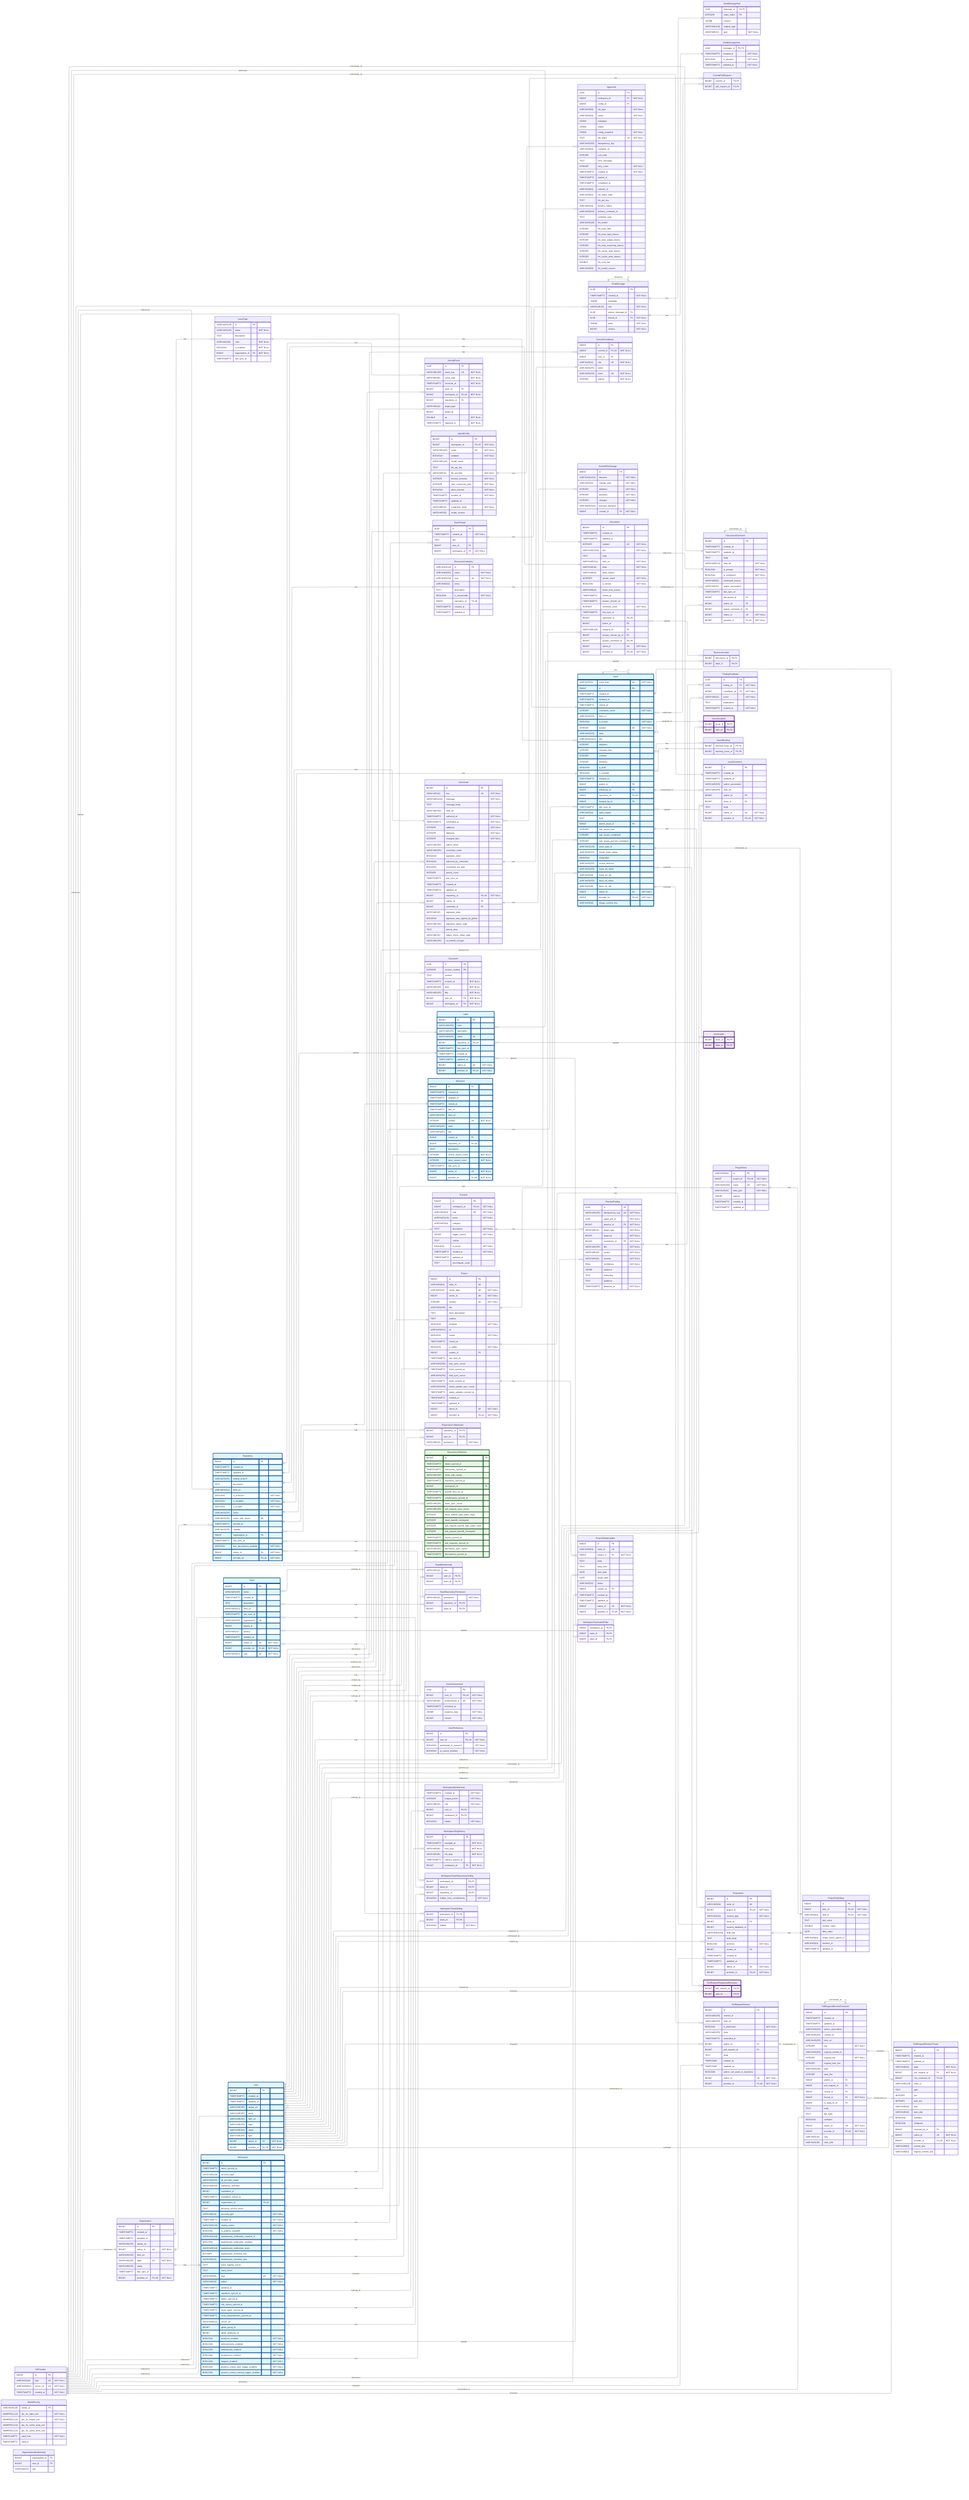
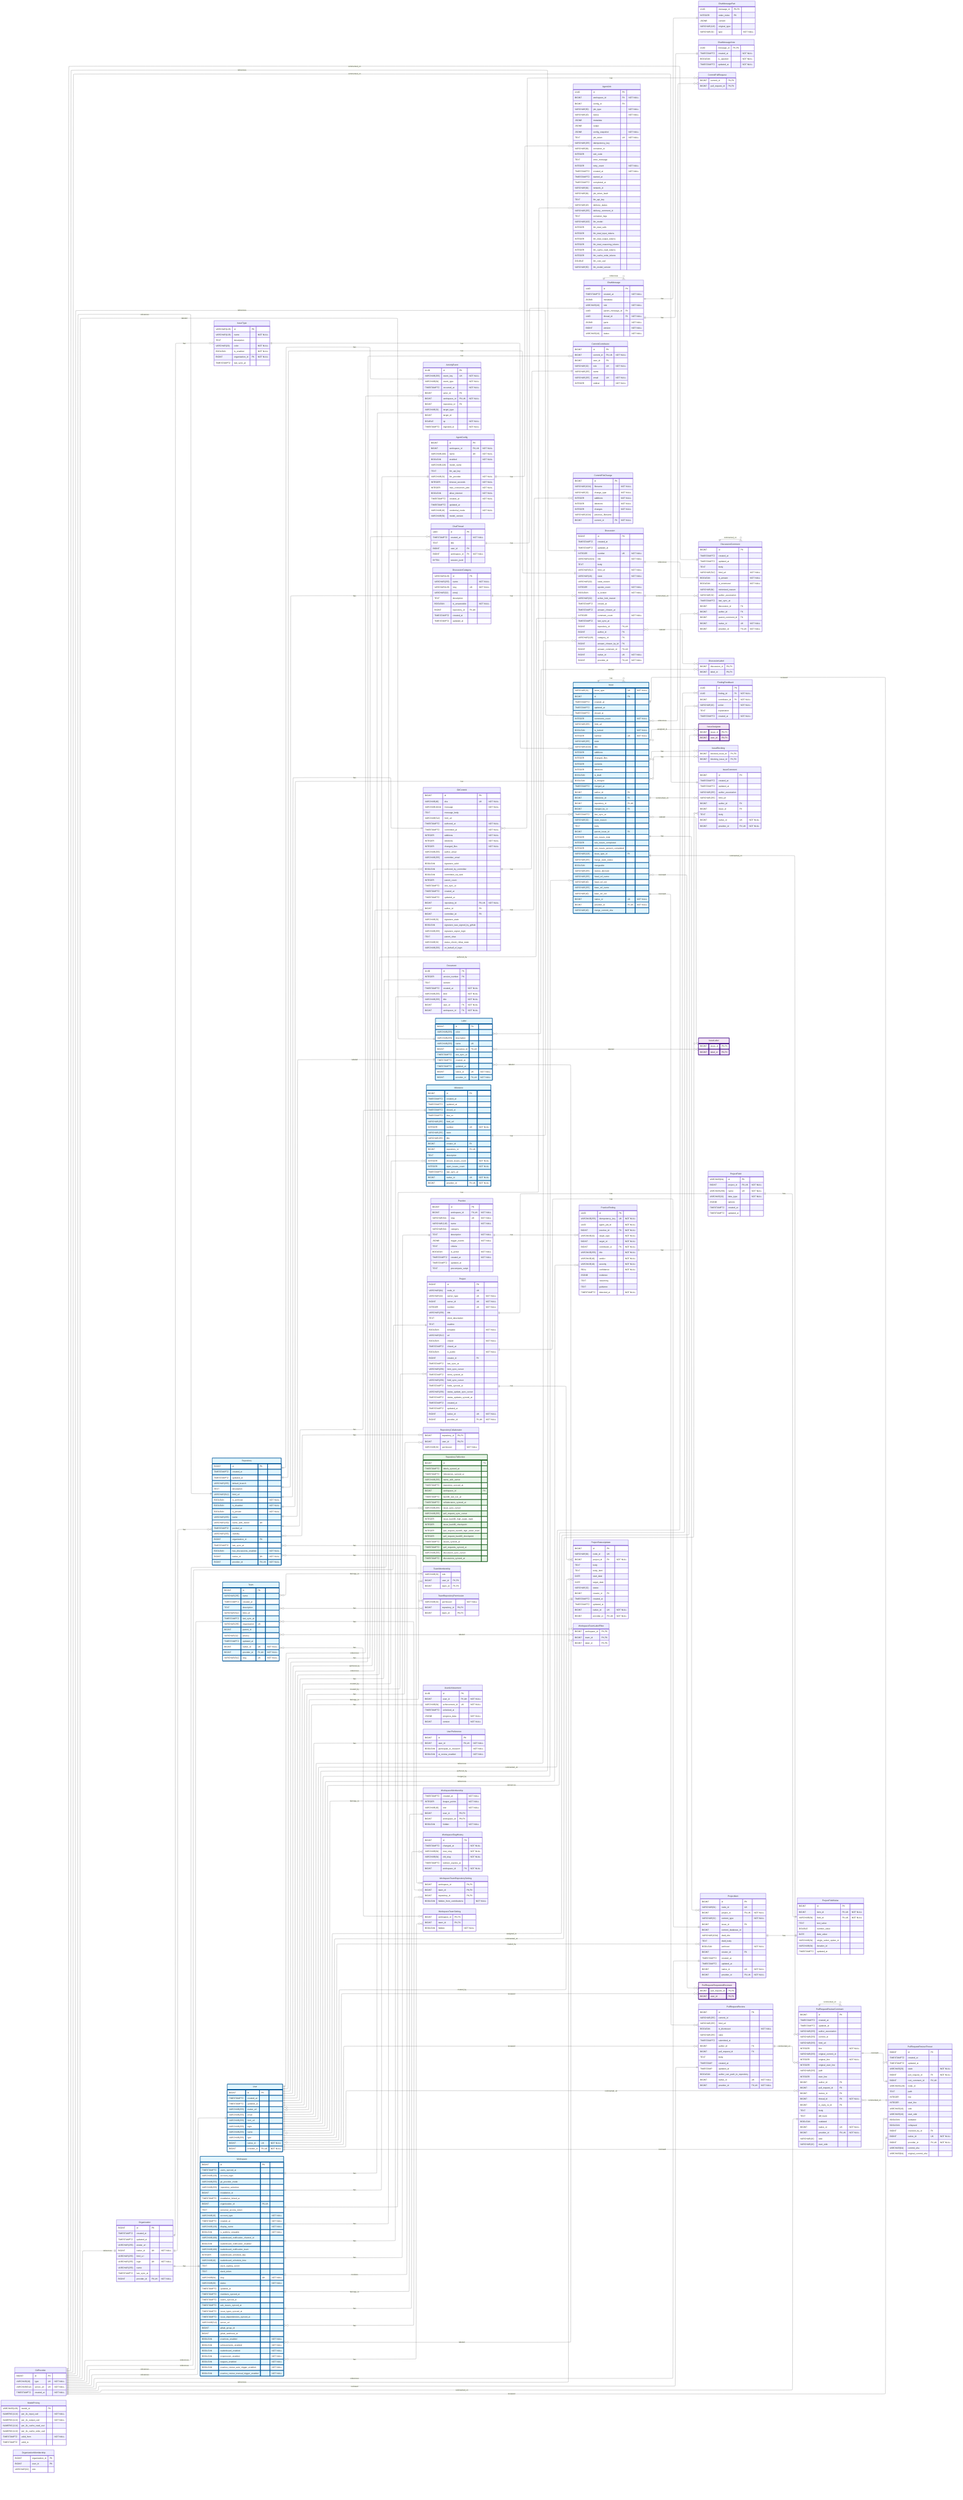
---
config:
    layout: elk
---
erDiagram
    %% Generated automatically from PostgreSQL database schema
    %% using scripts/generate-mermaid-erd.ts
    %% To regenerate: npm run db:generate-erd-docs

    direction LR

    ActivityEvent {
        UUID id PK
        VARCHAR(255) event_key UK "NOT NULL"
        VARCHAR(64) event_type "NOT NULL"
        TIMESTAMPTZ occurred_at "NOT NULL"
        BIGINT actor_id FK
        BIGINT workspace_id FK,UK "NOT NULL"
        BIGINT repository_id FK
        VARCHAR(32) target_type
        BIGINT target_id
        DOUBLE xp "NOT NULL"
        TIMESTAMPTZ ingested_at "NOT NULL"
    }

    AgentConfig {
        BIGINT id PK
        BIGINT workspace_id FK,UK "NOT NULL"
        VARCHAR(100) name UK "NOT NULL"
        BOOLEAN enabled "NOT NULL"
        VARCHAR(128) model_name
        TEXT llm_api_key
        VARCHAR(32) llm_provider "NOT NULL"
        INTEGER timeout_seconds "NOT NULL"
        INTEGER max_concurrent_jobs "NOT NULL"
        BOOLEAN allow_internet "NOT NULL"
        TIMESTAMPTZ created_at "NOT NULL"
        TIMESTAMPTZ updated_at
        VARCHAR(16) credential_mode "NOT NULL"
        VARCHAR(50) model_version
    }

    AgentJob {
        UUID id PK
        BIGINT workspace_id FK "NOT NULL"
        BIGINT config_id FK
        VARCHAR(50) job_type "NOT NULL"
        VARCHAR(20) status "NOT NULL"
        JSONB metadata
        JSONB output
        JSONB config_snapshot "NOT NULL"
        TEXT job_token UK "NOT NULL"
        VARCHAR(255) idempotency_key
        VARCHAR(64) container_id
        INTEGER exit_code
        TEXT error_message
        INTEGER retry_count "NOT NULL"
        TIMESTAMPTZ created_at "NOT NULL"
        TIMESTAMPTZ started_at
        TIMESTAMPTZ completed_at
        VARCHAR(64) network_id
        VARCHAR(64) job_token_hash
        TEXT llm_api_key
        VARCHAR(20) delivery_status
        VARCHAR(255) delivery_comment_id
        TEXT container_logs
        VARCHAR(100) llm_model
        INTEGER llm_total_calls
        INTEGER llm_total_input_tokens
        INTEGER llm_total_output_tokens
        INTEGER llm_total_reasoning_tokens
        INTEGER llm_cache_read_tokens
        INTEGER llm_cache_write_tokens
        DOUBLE llm_cost_usd
        VARCHAR(50) llm_model_version
    }

    ChatMessage {
        UUID id PK
        TIMESTAMPTZ created_at "NOT NULL"
        JSONB metadata
        VARCHAR(16) role "NOT NULL"
        UUID parent_message_id FK
        UUID thread_id FK "NOT NULL"
        JSONB parts "NOT NULL"
        BIGINT version "NOT NULL"
+         VARCHAR(16) status "NOT NULL"
    }

    ChatMessagePart {
        UUID message_id PK,FK
        INTEGER order_index PK
        JSONB content
        VARCHAR(128) original_type
        VARCHAR(32) type "NOT NULL"
    }

    ChatMessageVote {
        UUID message_id PK,FK
        TIMESTAMPTZ created_at "NOT NULL"
        BOOLEAN is_upvoted "NOT NULL"
        TIMESTAMPTZ updated_at "NOT NULL"
    }

    ChatThread {
        UUID id PK
        TIMESTAMPTZ created_at "NOT NULL"
        TEXT title
        BIGINT user_id FK
        BIGINT workspace_id FK "NOT NULL"
+         BYTEA session_jsonl
    }

    CommitContributor {
        BIGINT id PK
        BIGINT commit_id FK,UK "NOT NULL"
        BIGINT user_id FK
        VARCHAR(32) role UK "NOT NULL"
        VARCHAR(255) name
        VARCHAR(255) email UK "NOT NULL"
        INTEGER ordinal "NOT NULL"
    }

    CommitFileChange {
        BIGINT id PK
        VARCHAR(1024) filename "NOT NULL"
        VARCHAR(32) change_type "NOT NULL"
        INTEGER additions "NOT NULL"
        INTEGER deletions "NOT NULL"
        INTEGER changes "NOT NULL"
        VARCHAR(1024) previous_filename
        BIGINT commit_id FK "NOT NULL"
    }

    CommitPullRequest {
        BIGINT commit_id PK,FK
        BIGINT pull_request_id PK,FK
    }

    Discussion {
        BIGINT id PK
        TIMESTAMPTZ created_at
        TIMESTAMPTZ updated_at
        INTEGER number UK "NOT NULL"
        VARCHAR(1024) title "NOT NULL"
        TEXT body
        VARCHAR(512) html_url "NOT NULL"
        VARCHAR(16) state "NOT NULL"
        VARCHAR(32) state_reason
        INTEGER upvote_count "NOT NULL"
        BOOLEAN is_locked "NOT NULL"
        VARCHAR(32) active_lock_reason
        TIMESTAMPTZ closed_at
        TIMESTAMPTZ answer_chosen_at
        INTEGER comment_count "NOT NULL"
        TIMESTAMPTZ last_sync_at
        BIGINT repository_id FK,UK
        BIGINT author_id FK
        VARCHAR(128) category_id FK
        BIGINT answer_chosen_by_id FK
        BIGINT answer_comment_id FK,UK
        BIGINT native_id UK "NOT NULL"
        BIGINT provider_id FK,UK "NOT NULL"
    }

    DiscussionCategory {
        VARCHAR(128) id PK
        VARCHAR(255) name "NOT NULL"
        VARCHAR(128) slug UK "NOT NULL"
        VARCHAR(32) emoji
        TEXT description
        BOOLEAN is_answerable "NOT NULL"
        BIGINT repository_id FK,UK
        TIMESTAMPTZ created_at
        TIMESTAMPTZ updated_at
    }

    DiscussionComment {
        BIGINT id PK
        TIMESTAMPTZ created_at
        TIMESTAMPTZ updated_at
        TEXT body
        VARCHAR(512) html_url "NOT NULL"
        BOOLEAN is_answer "NOT NULL"
        BOOLEAN is_minimized "NOT NULL"
        VARCHAR(64) minimized_reason
        VARCHAR(32) author_association
        TIMESTAMPTZ last_sync_at
        BIGINT discussion_id FK
        BIGINT author_id FK
        BIGINT parent_comment_id FK
        BIGINT native_id UK "NOT NULL"
        BIGINT provider_id FK,UK "NOT NULL"
    }

    DiscussionLabel {
        BIGINT discussion_id PK,FK
        BIGINT label_id PK,FK
    }

    Document {
        UUID id PK
        INTEGER version_number PK
        TEXT content
        TIMESTAMPTZ created_at "NOT NULL"
        VARCHAR(255) kind "NOT NULL"
        VARCHAR(255) title "NOT NULL"
        BIGINT user_id FK "NOT NULL"
        BIGINT workspace_id FK "NOT NULL"
    }

    FindingFeedback {
        UUID id PK
        UUID finding_id FK "NOT NULL"
        BIGINT contributor_id FK "NOT NULL"
        VARCHAR(16) action "NOT NULL"
        TEXT explanation
        TIMESTAMPTZ created_at "NOT NULL"
    }

    GitCommit {
        BIGINT id PK
        VARCHAR(40) sha UK "NOT NULL"
        VARCHAR(1024) message "NOT NULL"
        TEXT message_body
        VARCHAR(512) html_url
        TIMESTAMPTZ authored_at "NOT NULL"
        TIMESTAMPTZ committed_at "NOT NULL"
        INTEGER additions "NOT NULL"
        INTEGER deletions "NOT NULL"
        INTEGER changed_files "NOT NULL"
        VARCHAR(255) author_email
        VARCHAR(255) committer_email
        BOOLEAN signature_valid
        BOOLEAN authored_by_committer
        BOOLEAN committed_via_web
        INTEGER parent_count
        TIMESTAMPTZ last_sync_at
        TIMESTAMPTZ created_at
        TIMESTAMPTZ updated_at
        BIGINT repository_id FK,UK "NOT NULL"
        BIGINT author_id FK
        BIGINT committer_id FK
        VARCHAR(32) signature_state
        BOOLEAN signature_was_signed_by_github
        VARCHAR(255) signature_signer_login
        TEXT parent_shas
        VARCHAR(32) status_check_rollup_state
        VARCHAR(255) on_behalf_of_login
    }

    GitProvider {
        BIGINT id PK
        VARCHAR(10) type UK "NOT NULL"
        VARCHAR(512) server_url UK "NOT NULL"
        TIMESTAMPTZ created_at "NOT NULL"
    }

    Issue {
        VARCHAR(31) issue_type UK "NOT NULL"
        BIGINT id PK
        TIMESTAMPTZ created_at
        TIMESTAMPTZ updated_at
        TIMESTAMPTZ closed_at
        INTEGER comments_count "NOT NULL"
        VARCHAR(255) html_url
        BOOLEAN is_locked "NOT NULL"
        INTEGER number UK "NOT NULL"
        VARCHAR(255) state
        VARCHAR(1024) title
        INTEGER additions
        INTEGER changed_files
        INTEGER commits
        INTEGER deletions
        BOOLEAN is_draft
        BOOLEAN is_merged
        TIMESTAMPTZ merged_at
        BIGINT author_id FK
        BIGINT milestone_id FK
        BIGINT repository_id FK,UK
        BIGINT merged_by_id FK
        TIMESTAMPTZ last_sync_at
        VARCHAR(32) state_reason
        TEXT body
        BIGINT parent_issue_id FK
        INTEGER sub_issues_total
        INTEGER sub_issues_completed
        INTEGER sub_issues_percent_completed
        VARCHAR(128) issue_type_id FK
        VARCHAR(255) merge_state_status
        BOOLEAN mergeable
        VARCHAR(255) review_decision
        VARCHAR(255) head_ref_name
        VARCHAR(40) head_ref_oid
        VARCHAR(255) base_ref_name
        VARCHAR(40) base_ref_oid
        BIGINT native_id UK "NOT NULL"
        BIGINT provider_id FK,UK "NOT NULL"
        VARCHAR(40) merge_commit_sha
    }

    IssueAssignee {
        BIGINT issue_id PK,FK
        BIGINT user_id PK,FK
    }

    IssueBlocking {
        BIGINT blocked_issue_id PK,FK
        BIGINT blocking_issue_id PK,FK
    }

    IssueComment {
        BIGINT id PK
        TIMESTAMPTZ created_at
        TIMESTAMPTZ updated_at
        VARCHAR(255) author_association
        VARCHAR(255) html_url
        BIGINT author_id FK
        BIGINT issue_id FK
        TEXT body
        BIGINT native_id UK "NOT NULL"
        BIGINT provider_id FK,UK "NOT NULL"
    }

    IssueLabel {
        BIGINT issue_id PK,FK
        BIGINT label_id PK,FK
    }

    IssueType {
        VARCHAR(128) id PK
        VARCHAR(128) name "NOT NULL"
        TEXT description
        VARCHAR(20) color "NOT NULL"
        BOOLEAN is_enabled "NOT NULL"
        BIGINT organization_id FK "NOT NULL"
        TIMESTAMPTZ last_sync_at
    }

    Label {
        BIGINT id PK
        VARCHAR(255) color
        VARCHAR(255) description
        VARCHAR(255) name UK
        BIGINT repository_id FK,UK
        TIMESTAMPTZ last_sync_at
        TIMESTAMPTZ created_at
        TIMESTAMPTZ updated_at
        BIGINT native_id UK "NOT NULL"
        BIGINT provider_id FK,UK "NOT NULL"
    }

    Milestone {
        BIGINT id PK
        TIMESTAMPTZ created_at
        TIMESTAMPTZ updated_at
        TIMESTAMPTZ closed_at
        TIMESTAMPTZ due_on
        VARCHAR(255) html_url
        INTEGER number UK "NOT NULL"
        VARCHAR(255) state
        VARCHAR(255) title
        BIGINT creator_id FK
        BIGINT repository_id FK,UK
        TEXT description
        INTEGER closed_issues_count "NOT NULL"
        INTEGER open_issues_count "NOT NULL"
        TIMESTAMPTZ last_sync_at
        BIGINT native_id UK "NOT NULL"
        BIGINT provider_id FK,UK "NOT NULL"
    }

    ModelPricing {
        VARCHAR(128) model_id PK
        NUMERIC(12,6) per_1k_input_usd "NOT NULL"
        NUMERIC(12,6) per_1k_output_usd "NOT NULL"
        NUMERIC(12,6) per_1k_cache_read_usd
        NUMERIC(12,6) per_1k_cache_write_usd
        TIMESTAMPTZ valid_from "NOT NULL"
        TIMESTAMPTZ valid_to
    }

    Organization {
        BIGINT id PK
        TIMESTAMPTZ created_at
        TIMESTAMPTZ updated_at
        VARCHAR(255) avatar_url
        BIGINT native_id UK "NOT NULL"
        VARCHAR(255) html_url
        VARCHAR(255) login UK "NOT NULL"
        VARCHAR(255) name
        TIMESTAMPTZ last_sync_at
        BIGINT provider_id FK,UK "NOT NULL"
    }

    OrganizationMembership {
        BIGINT organization_id PK
        BIGINT user_id PK
        VARCHAR(32) role
    }

    Practice {
        BIGINT id PK
        BIGINT workspace_id FK,UK "NOT NULL"
        VARCHAR(64) slug UK "NOT NULL"
        VARCHAR(128) name "NOT NULL"
        VARCHAR(64) category
        TEXT description "NOT NULL"
        JSONB trigger_events "NOT NULL"
        TEXT criteria
        BOOLEAN is_active "NOT NULL"
        TIMESTAMPTZ created_at "NOT NULL"
        TIMESTAMPTZ updated_at
        TEXT precompute_script
    }

    PracticeFinding {
        UUID id PK
        VARCHAR(255) idempotency_key UK "NOT NULL"
        UUID agent_job_id "NOT NULL"
        BIGINT practice_id FK "NOT NULL"
        VARCHAR(32) target_type "NOT NULL"
        BIGINT target_id "NOT NULL"
        BIGINT contributor_id FK "NOT NULL"
        VARCHAR(255) title "NOT NULL"
        VARCHAR(16) verdict "NOT NULL"
        VARCHAR(16) severity "NOT NULL"
        REAL confidence "NOT NULL"
        JSONB evidence
        TEXT reasoning
        TEXT guidance
        TIMESTAMPTZ detected_at "NOT NULL"
    }

    Project {
        BIGINT id PK
        VARCHAR(64) node_id UK
        VARCHAR(32) owner_type UK "NOT NULL"
        BIGINT owner_id UK "NOT NULL"
        INTEGER number UK "NOT NULL"
        VARCHAR(256) title
        TEXT short_description
        TEXT readme
        BOOLEAN template "NOT NULL"
        VARCHAR(512) url
        BOOLEAN closed "NOT NULL"
        TIMESTAMPTZ closed_at
        BOOLEAN is_public "NOT NULL"
        BIGINT creator_id FK
        TIMESTAMPTZ last_sync_at
        VARCHAR(256) item_sync_cursor
        TIMESTAMPTZ items_synced_at
        VARCHAR(256) field_sync_cursor
        TIMESTAMPTZ fields_synced_at
        VARCHAR(256) status_update_sync_cursor
        TIMESTAMPTZ status_updates_synced_at
        TIMESTAMPTZ created_at
        TIMESTAMPTZ updated_at
        BIGINT native_id UK "NOT NULL"
        BIGINT provider_id FK,UK "NOT NULL"
    }

    ProjectField {
        VARCHAR(64) id PK
        BIGINT project_id FK,UK "NOT NULL"
        VARCHAR(256) name UK "NOT NULL"
        VARCHAR(32) data_type "NOT NULL"
        JSONB options
        TIMESTAMPTZ created_at
        TIMESTAMPTZ updated_at
    }

    ProjectFieldValue {
        BIGINT id PK
        BIGINT item_id FK,UK "NOT NULL"
        VARCHAR(64) field_id FK,UK "NOT NULL"
        TEXT text_value
        DOUBLE number_value
        DATE date_value
        VARCHAR(64) single_select_option_id
        VARCHAR(64) iteration_id
        TIMESTAMPTZ updated_at
    }

    ProjectItem {
        BIGINT id PK
        VARCHAR(64) node_id UK
        BIGINT project_id FK,UK "NOT NULL"
        VARCHAR(32) content_type "NOT NULL"
        BIGINT issue_id FK
        BIGINT content_database_id
        VARCHAR(1024) draft_title
        TEXT draft_body
        BOOLEAN archived "NOT NULL"
        BIGINT creator_id FK
        TIMESTAMPTZ created_at
        TIMESTAMPTZ updated_at
        BIGINT native_id UK "NOT NULL"
        BIGINT provider_id FK,UK "NOT NULL"
    }

    ProjectStatusUpdate {
        BIGINT id PK
        VARCHAR(64) node_id UK
        BIGINT project_id FK "NOT NULL"
        TEXT body
        TEXT body_html
        DATE start_date
        DATE target_date
        VARCHAR(32) status
        BIGINT creator_id FK
        TIMESTAMPTZ created_at
        TIMESTAMPTZ updated_at
        BIGINT native_id UK "NOT NULL"
        BIGINT provider_id FK,UK "NOT NULL"
    }

    PullRequestRequestedReviewer {
        BIGINT pull_request_id PK,FK
        BIGINT user_id PK,FK
    }

    PullRequestReview {
        BIGINT id PK
        VARCHAR(255) commit_id
        VARCHAR(255) html_url
        BOOLEAN is_dismissed "NOT NULL"
        VARCHAR(255) state
        TIMESTAMPTZ submitted_at
        BIGINT author_id FK
        BIGINT pull_request_id FK
        TEXT body
        TIMESTAMP created_at
        TIMESTAMP updated_at
        BOOLEAN author_can_push_to_repository
        BIGINT native_id UK "NOT NULL"
        BIGINT provider_id FK,UK "NOT NULL"
    }

    PullRequestReviewComment {
        BIGINT id PK
        TIMESTAMPTZ created_at
        TIMESTAMPTZ updated_at
        VARCHAR(255) author_association
        VARCHAR(255) commit_id
        VARCHAR(255) html_url
        INTEGER line "NOT NULL"
        VARCHAR(255) original_commit_id
        INTEGER original_line "NOT NULL"
        INTEGER original_start_line
        VARCHAR(255) path
        INTEGER start_line
        BIGINT author_id FK
        BIGINT pull_request_id FK
        BIGINT review_id FK
        BIGINT thread_id FK "NOT NULL"
        BIGINT in_reply_to_id FK
        TEXT body
        TEXT diff_hunk
        BOOLEAN outdated
        BIGINT native_id UK "NOT NULL"
        BIGINT provider_id FK,UK "NOT NULL"
        VARCHAR(16) side
        VARCHAR(16) start_side
    }

    PullRequestReviewThread {
        BIGINT id PK
        TIMESTAMPTZ created_at
        TIMESTAMPTZ updated_at
        VARCHAR(20) state "NOT NULL"
        BIGINT pull_request_id FK "NOT NULL"
        BIGINT root_comment_id FK,UK
        VARCHAR(128) node_id
        TEXT path
        INTEGER line
        INTEGER start_line
        VARCHAR(16) side
        VARCHAR(16) start_side
        BOOLEAN outdated
        BOOLEAN collapsed
        BIGINT resolved_by_id FK
        BIGINT native_id UK "NOT NULL"
        BIGINT provider_id FK,UK "NOT NULL"
        VARCHAR(64) commit_sha
        VARCHAR(64) original_commit_sha
    }

    Repository {
        BIGINT id PK
        TIMESTAMPTZ created_at
        TIMESTAMPTZ updated_at
        VARCHAR(255) default_branch
        TEXT description
        VARCHAR(512) html_url
        BOOLEAN is_archived "NOT NULL"
        BOOLEAN is_disabled "NOT NULL"
        BOOLEAN is_private "NOT NULL"
        VARCHAR(255) name
        VARCHAR(150) name_with_owner UK
        TIMESTAMPTZ pushed_at
        VARCHAR(255) visibility
        BIGINT organization_id FK
        TIMESTAMPTZ last_sync_at
        BOOLEAN has_discussions_enabled "NOT NULL"
        BIGINT native_id UK "NOT NULL"
        BIGINT provider_id FK,UK "NOT NULL"
    }

    RepositoryCollaborator {
        BIGINT repository_id PK,FK
        BIGINT user_id PK,FK
        VARCHAR(32) permission "NOT NULL"
    }

    RepositoryToMonitor {
        BIGINT id PK
        TIMESTAMPTZ labels_synced_at
        TIMESTAMPTZ milestones_synced_at
        VARCHAR(255) name_with_owner
        TIMESTAMPTZ repository_synced_at
        BIGINT workspace_id FK
        TIMESTAMPTZ backfill_last_run_at
        TIMESTAMPTZ collaborators_synced_at
        VARCHAR(255) issue_sync_cursor
        VARCHAR(255) pull_request_sync_cursor
        INTEGER issue_backfill_high_water_mark
        INTEGER issue_backfill_checkpoint
        INTEGER pull_request_backfill_high_water_mark
        INTEGER pull_request_backfill_checkpoint
        TIMESTAMPTZ issues_synced_at
        TIMESTAMPTZ pull_requests_synced_at
        VARCHAR(255) discussion_sync_cursor
        TIMESTAMPTZ discussions_synced_at
    }

    Team {
        BIGINT id PK
        VARCHAR(255) name
        TIMESTAMPTZ created_at
        TEXT description
        VARCHAR(512) html_url
        TIMESTAMPTZ last_sync_at
        VARCHAR(255) organization UK
        BIGINT parent_id
        VARCHAR(32) privacy
        TIMESTAMPTZ updated_at
        BIGINT native_id UK "NOT NULL"
        BIGINT provider_id FK,UK "NOT NULL"
        VARCHAR(512) slug UK "NOT NULL"
    }

    TeamMembership {
        VARCHAR(32) role
        BIGINT user_id PK,FK
        BIGINT team_id PK,FK
    }

    TeamRepositoryPermission {
        VARCHAR(32) permission "NOT NULL"
        BIGINT repository_id PK,FK
        BIGINT team_id PK,FK
    }

    User {
        BIGINT id PK
        TIMESTAMPTZ created_at
        TIMESTAMPTZ updated_at
        VARCHAR(255) avatar_url
        VARCHAR(255) email
        VARCHAR(255) html_url
        VARCHAR(255) login
        VARCHAR(255) name
        VARCHAR(255) type
        BIGINT native_id UK "NOT NULL"
        BIGINT provider_id FK,UK "NOT NULL"
    }

    UserAchievement {
        UUID id PK
        BIGINT user_id FK,UK "NOT NULL"
        VARCHAR(64) achievement_id UK "NOT NULL"
        TIMESTAMPTZ unlocked_at
        JSONB progress_data "NOT NULL"
        BIGINT version "NOT NULL"
    }

    UserPreference {
        BIGINT id PK
        BIGINT user_id FK,UK "NOT NULL"
        BOOLEAN participate_in_research "NOT NULL"
        BOOLEAN ai_review_enabled "NOT NULL"
    }

    Workspace {
        BIGINT id PK
        TIMESTAMPTZ users_synced_at
        VARCHAR(120) account_login
        VARCHAR(255) git_provider_mode
        VARCHAR(255) repository_selection
        BIGINT installation_id
        TIMESTAMPTZ installation_linked_at
        BIGINT organization_id FK,UK
        TEXT personal_access_token
        VARCHAR(10) account_type "NOT NULL"
        TIMESTAMPTZ created_at "NOT NULL"
        VARCHAR(120) display_name "NOT NULL"
        BOOLEAN is_publicly_viewable "NOT NULL"
        VARCHAR(100) leaderboard_notification_channel_id
        BOOLEAN leaderboard_notification_enabled
        VARCHAR(100) leaderboard_notification_team
        INTEGER leaderboard_schedule_day
        VARCHAR(10) leaderboard_schedule_time
        TEXT slack_signing_secret
        TEXT slack_token
        VARCHAR(64) slug UK "NOT NULL"
        VARCHAR(20) status "NOT NULL"
        TIMESTAMPTZ updated_at
        TIMESTAMPTZ members_synced_at
        TIMESTAMPTZ teams_synced_at
        TIMESTAMPTZ sub_issues_synced_at
        TIMESTAMPTZ issue_types_synced_at
        TIMESTAMPTZ issue_dependencies_synced_at
        VARCHAR(512) server_url
        BIGINT gitlab_group_id
        BIGINT gitlab_webhook_id
        BOOLEAN practices_enabled "NOT NULL"
        BOOLEAN achievements_enabled "NOT NULL"
        BOOLEAN leaderboard_enabled "NOT NULL"
        BOOLEAN progression_enabled "NOT NULL"
        BOOLEAN leagues_enabled "NOT NULL"
        BOOLEAN practice_review_auto_trigger_enabled "NOT NULL"
        BOOLEAN practice_review_manual_trigger_enabled "NOT NULL"
    }

    WorkspaceMembership {
        TIMESTAMPTZ created_at "NOT NULL"
        INTEGER league_points "NOT NULL"
        VARCHAR(16) role "NOT NULL"
        BIGINT user_id PK,FK
        BIGINT workspace_id PK,FK
        BOOLEAN hidden "NOT NULL"
    }

    WorkspaceSlugHistory {
        BIGINT id PK
        TIMESTAMPTZ changed_at "NOT NULL"
        VARCHAR(64) new_slug "NOT NULL"
        VARCHAR(64) old_slug "NOT NULL"
        TIMESTAMPTZ redirect_expires_at
        BIGINT workspace_id FK "NOT NULL"
    }

    WorkspaceTeamLabelFilter {
        BIGINT workspace_id PK,FK
        BIGINT team_id PK,FK
        BIGINT label_id PK,FK
    }

    WorkspaceTeamRepositorySetting {
        BIGINT workspace_id PK,FK
        BIGINT team_id PK,FK
        BIGINT repository_id PK,FK
        BOOLEAN hidden_from_contributions "NOT NULL"
    }

    WorkspaceTeamSetting {
        BIGINT workspace_id PK,FK
        BIGINT team_id PK,FK
        BOOLEAN hidden "NOT NULL"
    }

    %% Relationships
    %% One-to-One relationships
    Workspace ||--|| ActivityEvent : has
    Workspace ||--|| AgentConfig : has
    ChatMessage ||--|| ChatMessagePart : has
    ChatMessage ||--|| ChatMessageVote : has
    GitCommit ||--|| CommitContributor : has
    DiscussionComment ||--|| Discussion : references
    GitProvider ||--|| Discussion : references
    Repository ||--|| Discussion : has
    Repository ||--|| DiscussionCategory : has
    GitProvider ||--|| DiscussionComment : commented_on
    Repository ||--|| GitCommit : has
    GitProvider ||--|| Issue : references
    Repository ||--|| Issue : has
    GitProvider ||--|| IssueComment : commented_on
    GitProvider ||--|| Label : labeled
    Repository ||--|| Label : labeled
    GitProvider ||--|| Milestone : references
    Repository ||--|| Milestone : has
    GitProvider ||--|| Organization : references
    Workspace ||--|| Practice : has
    GitProvider ||--|| Project : references
    Project ||--|| ProjectField : has
    ProjectField ||--|| ProjectFieldValue : has
    ProjectItem ||--|| ProjectFieldValue : has
    Project ||--|| ProjectItem : has
    GitProvider ||--|| ProjectItem : references
    GitProvider ||--|| ProjectStatusUpdate : references
    GitProvider ||--|| PullRequestReview : reviewed
    GitProvider ||--|| PullRequestReviewComment : commented_on
    GitProvider ||--|| PullRequestReviewThread : reviewed
    PullRequestReviewComment ||--|| PullRequestReviewThread : reviewed
    GitProvider ||--|| Repository : references
    GitProvider ||--|| Team : references
    GitProvider ||--|| User : references
    User ||--|| UserAchievement : has
    User ||--|| UserPreference : has
    Organization ||--|| Workspace : has
    User ||--|| WorkspaceMembership : belongs_to
    Workspace ||--|| WorkspaceMembership : belongs_to

    %% One-to-Many relationships
    User ||--o{ ActivityEvent : references
    Repository ||--o{ ActivityEvent : has
    AgentConfig ||--o{ AgentJob : has
    Workspace ||--o{ AgentJob : has
    ChatMessage ||--o{ ChatMessage : references
    ChatThread ||--o{ ChatMessage : has
    User ||--o{ ChatThread : has
    Workspace ||--o{ ChatThread : has
    User ||--o{ CommitContributor : has
    GitCommit ||--o{ CommitFileChange : has
    User ||--o{ Discussion : references
    User ||--o{ Discussion : authored_by
    DiscussionCategory ||--o{ Discussion : has
    User ||--o{ DiscussionComment : commented_on
    Discussion ||--o{ DiscussionComment : commented_on
    DiscussionComment ||--o{ DiscussionComment : commented_on
    User ||--o{ Document : has
    Workspace ||--o{ Document : has
    User ||--o{ FindingFeedback : references
    PracticeFinding ||--o{ FindingFeedback : has
    User ||--o{ GitCommit : authored_by
    User ||--o{ GitCommit : references
    User ||--o{ Issue : authored_by
    IssueType ||--o{ Issue : has
    User ||--o{ Issue : merged_by
    Milestone ||--o{ Issue : has
    Issue ||--o{ Issue : has
    User ||--o{ IssueComment : commented_on
    Issue ||--o{ IssueComment : commented_on
    Organization ||--o{ IssueType : has
    User ||--o{ Milestone : created_by
    User ||--o{ PracticeFinding : references
    Practice ||--o{ PracticeFinding : has
    User ||--o{ Project : created_by
    User ||--o{ ProjectItem : created_by
    Issue ||--o{ ProjectItem : has
    User ||--o{ ProjectStatusUpdate : created_by
    Project ||--o{ ProjectStatusUpdate : has
    User ||--o{ PullRequestReview : reviewed
    Issue ||--o{ PullRequestReview : reviewed
    User ||--o{ PullRequestReviewComment : commented_on
    PullRequestReviewComment ||--o{ PullRequestReviewComment : commented_on
    Issue ||--o{ PullRequestReviewComment : commented_on
    PullRequestReview ||--o{ PullRequestReviewComment : commented_on
    PullRequestReviewThread ||--o{ PullRequestReviewComment : commented_on
    Issue ||--o{ PullRequestReviewThread : reviewed
    User ||--o{ PullRequestReviewThread : reviewed
    Organization ||--o{ Repository : has
    Workspace ||--o{ RepositoryToMonitor : monitors
    Workspace ||--o{ WorkspaceSlugHistory : has

    %% Many-to-Many relationships
    GitCommit }o--o{ CommitPullRequest : has
    Issue }o--o{ CommitPullRequest : references
    Discussion }o--o{ DiscussionLabel : labeled
    Label }o--o{ DiscussionLabel : labeled
    Issue }o--o{ IssueAssignee : assigned_to
    User }o--o{ IssueAssignee : assigned_to
    Issue }o--o{ IssueBlocking : has
    Issue }o--o{ IssueBlocking : has
    Issue }o--o{ IssueLabel : labeled
    Label }o--o{ IssueLabel : labeled
    Issue }o--o{ PullRequestRequestedReviewer : reviewed
    User }o--o{ PullRequestRequestedReviewer : reviewed
    Repository }o--o{ RepositoryCollaborator : has
    User }o--o{ RepositoryCollaborator : has
    Team }o--o{ TeamMembership : belongs_to
    User }o--o{ TeamMembership : belongs_to
    Repository }o--o{ TeamRepositoryPermission : has
    Team }o--o{ TeamRepositoryPermission : has
    Label }o--o{ WorkspaceTeamLabelFilter : labeled
    Team }o--o{ WorkspaceTeamLabelFilter : labeled
    Workspace }o--o{ WorkspaceTeamLabelFilter : labeled
    Repository }o--o{ WorkspaceTeamRepositorySetting : has
    Team }o--o{ WorkspaceTeamRepositorySetting : has
    Workspace }o--o{ WorkspaceTeamRepositorySetting : has
    Team }o--o{ WorkspaceTeamSetting : has
    Workspace }o--o{ WorkspaceTeamSetting : has

    %% Styling
    classDef primaryEntity fill:#e1f5fe,stroke:#01579b,stroke-width:2px
    classDef associationEntity fill:#f3e5f5,stroke:#4a148c,stroke-width:2px
    classDef metadataEntity fill:#e8f5e8,stroke:#1b5e20,stroke-width:2px

    class Issue primaryEntity
    class IssueAssignee associationEntity
    class IssueLabel associationEntity
    class Label primaryEntity
    class Milestone primaryEntity
    class PullRequestRequestedReviewer associationEntity
    class Repository primaryEntity
    class RepositoryToMonitor metadataEntity
    class Team primaryEntity
    class User primaryEntity
    class Workspace primaryEntity
